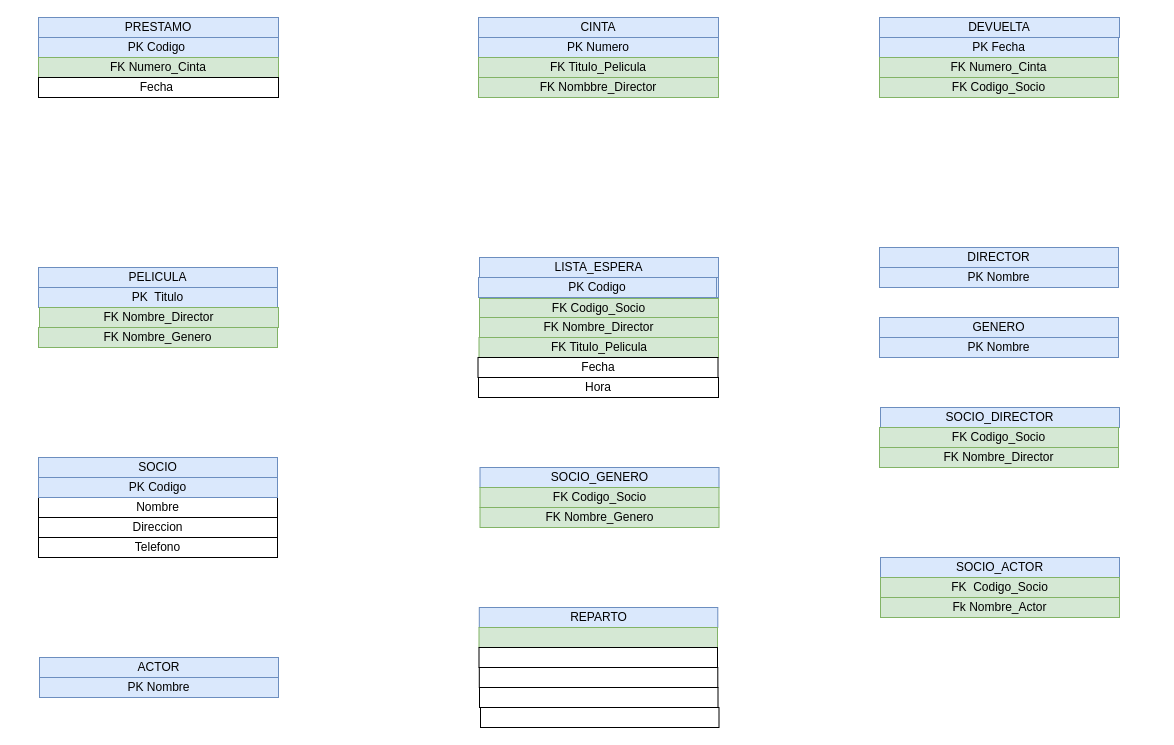
Earlier version of the draw.io diagram Diagrama sin título.drawio (Nico1091/Bases-de-datos). Source tidied: cells renumbered, new cells numbered last; positions are measured from the earlier drawing's top-left corner, leaving out a move shared by most shapes. Both pictures are drawn from the tidied source at 100%, with x=0, y=0 at pixel (38, 17).
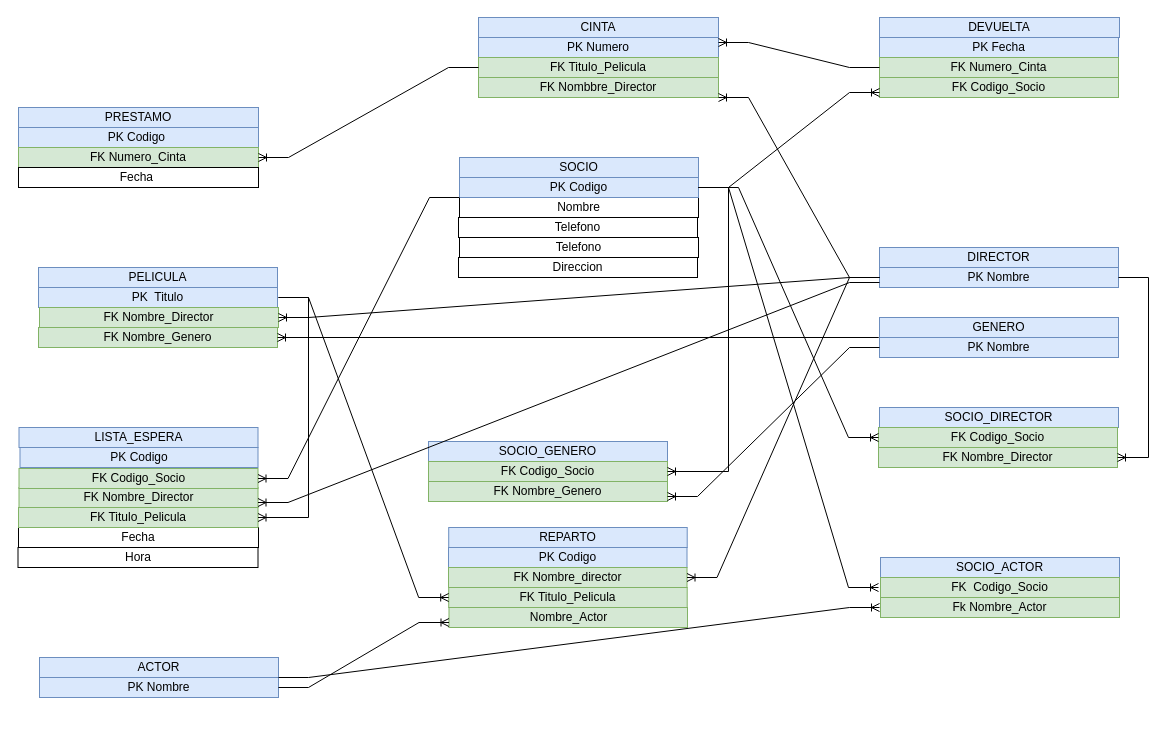
After the change.

Commit message:
Finalizacion Actividad

Unchanged cells that the change refers to:
```xml
<mxCell id="7" value="PK Numero" style="rounded=0;whiteSpace=wrap;html=1;fillColor=#dae8fc;strokeColor=#6c8ebf;" parent="1" vertex="1">
  <mxGeometry x="440" y="20" width="240" height="20" as="geometry" />
</mxCell>
<mxCell id="8" value="FK Titulo_Pelicula" style="rounded=0;whiteSpace=wrap;html=1;fillColor=#d5e8d4;strokeColor=#82b366;" parent="1" vertex="1">
  <mxGeometry x="440" y="40" width="240" height="20" as="geometry" />
</mxCell>
<mxCell id="9" value="FK Nombbre_Director" style="rounded=0;whiteSpace=wrap;html=1;fillColor=#d5e8d4;strokeColor=#82b366;" parent="1" vertex="1">
  <mxGeometry x="440" y="60" width="240" height="20" as="geometry" />
</mxCell>
<mxCell id="12" value="FK Numero_Cinta" style="rounded=0;whiteSpace=wrap;html=1;fillColor=#d5e8d4;strokeColor=#82b366;" parent="1" vertex="1">
  <mxGeometry x="841" y="40" width="239" height="20" as="geometry" />
</mxCell>
<mxCell id="13" value="FK Codigo_Socio" style="rounded=0;whiteSpace=wrap;html=1;fillColor=#d5e8d4;strokeColor=#82b366;" parent="1" vertex="1">
  <mxGeometry x="841" y="60" width="239" height="20" as="geometry" />
</mxCell>
<mxCell id="16" value="FK Nombre_Genero" style="rounded=0;whiteSpace=wrap;html=1;fillColor=#d5e8d4;strokeColor=#82b366;" parent="1" vertex="1">
  <mxGeometry y="310" width="239" height="20" as="geometry" />
</mxCell>
<mxCell id="17" value="FK Nombre_Director" style="rounded=0;whiteSpace=wrap;html=1;fillColor=#d5e8d4;strokeColor=#82b366;" parent="1" vertex="1">
  <mxGeometry x="1" y="290" width="239" height="20" as="geometry" />
</mxCell>
<mxCell id="27" value="PK Nombre" style="rounded=0;whiteSpace=wrap;html=1;fillColor=#dae8fc;strokeColor=#6c8ebf;" parent="1" vertex="1">
  <mxGeometry x="841" y="250" width="239" height="20" as="geometry" />
</mxCell>
<mxCell id="32" value="PK Nombre" style="rounded=0;whiteSpace=wrap;html=1;fillColor=#dae8fc;strokeColor=#6c8ebf;" parent="1" vertex="1">
  <mxGeometry x="841" y="320" width="239" height="20" as="geometry" />
</mxCell>
<mxCell id="44" value="PK Nombre" style="rounded=0;whiteSpace=wrap;html=1;fillColor=#dae8fc;strokeColor=#6c8ebf;" parent="1" vertex="1">
  <mxGeometry x="1" y="660" width="239" height="20" as="geometry" />
</mxCell>
```

The edit, as a diff of the source:
```diff
@@
     <mxCell id="2" value="PRESTAMO" style="rounded=0;whiteSpace=wrap;html=1;fillColor=#dae8fc;strokeColor=#6c8ebf;" parent="1" vertex="1">
-      <mxGeometry width="240" height="20" as="geometry" />
+      <mxGeometry x="-20" y="90" width="240" height="20" as="geometry" />
     </mxCell>
     <mxCell id="3" value="PK Codigo&amp;nbsp;" style="rounded=0;whiteSpace=wrap;html=1;fillColor=#dae8fc;strokeColor=#6c8ebf;" parent="1" vertex="1">
-      <mxGeometry y="20" width="240" height="20" as="geometry" />
+      <mxGeometry x="-20" y="110" width="240" height="20" as="geometry" />
     </mxCell>
     <mxCell id="4" value="FK Numero_Cinta" style="rounded=0;whiteSpace=wrap;html=1;fillColor=#d5e8d4;strokeColor=#82b366;" parent="1" vertex="1">
-      <mxGeometry y="40" width="240" height="20" as="geometry" />
+      <mxGeometry x="-20" y="130" width="240" height="20" as="geometry" />
     </mxCell>
     <mxCell id="5" value="Fecha&amp;nbsp;" style="rounded=0;whiteSpace=wrap;html=1;" parent="1" vertex="1">
-      <mxGeometry y="60" width="240" height="20" as="geometry" />
+      <mxGeometry x="-20" y="150" width="240" height="20" as="geometry" />
     </mxCell>
@@
-    <mxCell id="18" style="rounded=0;whiteSpace=wrap;html=1;fillColor=#dae8fc;strokeColor=#6c8ebf;" parent="1" vertex="1">
-      <mxGeometry x="441" y="240" width="239" height="20" as="geometry" />
-    </mxCell>
-    <mxCell id="19" style="rounded=0;whiteSpace=wrap;html=1;fillColor=#d5e8d4;strokeColor=#82b366;" parent="1" vertex="1">
-      <mxGeometry x="441" y="280" width="239" height="20" as="geometry" />
-    </mxCell>
-    <mxCell id="20" style="rounded=0;whiteSpace=wrap;html=1;fillColor=#dae8fc;strokeColor=#6c8ebf;" parent="1" vertex="1">
-      <mxGeometry x="441" y="260" width="239" height="20" as="geometry" />
-    </mxCell>
-    <mxCell id="21" style="rounded=0;whiteSpace=wrap;html=1;" parent="1" vertex="1">
-      <mxGeometry x="441" y="300" width="239" height="20" as="geometry" />
-    </mxCell>
-    <mxCell id="22" value="LISTA_ESPERA" style="rounded=0;whiteSpace=wrap;html=1;fillColor=#dae8fc;strokeColor=#6c8ebf;" parent="1" vertex="1">
-      <mxGeometry x="441" y="240" width="239" height="20" as="geometry" />
-    </mxCell>
-    <mxCell id="23" value="FK Codigo_Socio" style="rounded=0;whiteSpace=wrap;html=1;fillColor=#d5e8d4;strokeColor=#82b366;" parent="1" vertex="1">
-      <mxGeometry x="441" y="281" width="239" height="20" as="geometry" />
-    </mxCell>
-    <mxCell id="24" value="PK Codigo" style="rounded=0;whiteSpace=wrap;html=1;fillColor=#dae8fc;strokeColor=#6c8ebf;" parent="1" vertex="1">
-      <mxGeometry x="440" y="260" width="238" height="20" as="geometry" />
-    </mxCell>
-    <mxCell id="25" value="FK Nombre_Director" style="rounded=0;whiteSpace=wrap;html=1;fillColor=#d5e8d4;strokeColor=#82b366;" parent="1" vertex="1">
-      <mxGeometry x="441" y="300" width="239" height="20" as="geometry" />
-    </mxCell>
@@
-    <mxCell id="28" value="FK Titulo_Pelicula" style="rounded=0;whiteSpace=wrap;html=1;fillColor=#d5e8d4;strokeColor=#82b366;" parent="1" vertex="1">
-      <mxGeometry x="440.5" y="320" width="239.5" height="20" as="geometry" />
-    </mxCell>
-    <mxCell id="29" value="Fecha" style="rounded=0;whiteSpace=wrap;html=1;" parent="1" vertex="1">
-      <mxGeometry x="439.5" y="340" width="240" height="20" as="geometry" />
-    </mxCell>
-    <mxCell id="30" value="Hora" style="rounded=0;whiteSpace=wrap;html=1;" parent="1" vertex="1">
-      <mxGeometry x="440" y="360" width="240" height="20" as="geometry" />
-    </mxCell>
@@
     <mxCell id="33" value="SOCIO" style="rounded=0;whiteSpace=wrap;html=1;fillColor=#dae8fc;strokeColor=#6c8ebf;" parent="1" vertex="1">
-      <mxGeometry y="440" width="239" height="20" as="geometry" />
+      <mxGeometry x="421" y="140" width="239" height="20" as="geometry" />
     </mxCell>
     <mxCell id="34" value="Nombre" style="rounded=0;whiteSpace=wrap;html=1;" parent="1" vertex="1">
-      <mxGeometry y="480" width="239" height="20" as="geometry" />
+      <mxGeometry x="421" y="180" width="239" height="20" as="geometry" />
     </mxCell>
     <mxCell id="35" value="PK Codigo" style="rounded=0;whiteSpace=wrap;html=1;fillColor=#dae8fc;strokeColor=#6c8ebf;" parent="1" vertex="1">
-      <mxGeometry y="460" width="239" height="20" as="geometry" />
+      <mxGeometry x="421" y="160" width="239" height="20" as="geometry" />
     </mxCell>
     <mxCell id="36" value="Direccion" style="rounded=0;whiteSpace=wrap;html=1;" parent="1" vertex="1">
-      <mxGeometry y="500" width="239" height="20" as="geometry" />
+      <mxGeometry x="420" y="240" width="239" height="20" as="geometry" />
     </mxCell>
     <mxCell id="37" value="SOCIO_GENERO" style="rounded=0;whiteSpace=wrap;html=1;fillColor=#dae8fc;strokeColor=#6c8ebf;" parent="1" vertex="1">
-      <mxGeometry x="441.5" y="450" width="239" height="20" as="geometry" />
+      <mxGeometry x="390" y="424" width="239" height="20" as="geometry" />
     </mxCell>
     <mxCell id="38" value="FK Nombre_Genero" style="rounded=0;whiteSpace=wrap;html=1;fillColor=#d5e8d4;strokeColor=#82b366;" parent="1" vertex="1">
-      <mxGeometry x="441.5" y="490" width="239" height="20" as="geometry" />
+      <mxGeometry x="390" y="464" width="239" height="20" as="geometry" />
     </mxCell>
     <mxCell id="39" value="FK Codigo_Socio" style="rounded=0;whiteSpace=wrap;html=1;fillColor=#d5e8d4;strokeColor=#82b366;" parent="1" vertex="1">
-      <mxGeometry x="441.5" y="470" width="239" height="20" as="geometry" />
+      <mxGeometry x="390" y="444" width="239" height="20" as="geometry" />
     </mxCell>
     <mxCell id="40" value="SOCIO_DIRECTOR" style="rounded=0;whiteSpace=wrap;html=1;fillColor=#dae8fc;strokeColor=#6c8ebf;" parent="1" vertex="1">
-      <mxGeometry x="842" y="390" width="239" height="20" as="geometry" />
+      <mxGeometry x="841" y="390" width="239" height="20" as="geometry" />
     </mxCell>
     <mxCell id="41" value="FK Nombre_Director" style="rounded=0;whiteSpace=wrap;html=1;fillColor=#d5e8d4;strokeColor=#82b366;" parent="1" vertex="1">
-      <mxGeometry x="841" y="430" width="239" height="20" as="geometry" />
+      <mxGeometry x="840" y="430" width="239" height="20" as="geometry" />
     </mxCell>
     <mxCell id="42" value="FK Codigo_Socio" style="rounded=0;whiteSpace=wrap;html=1;fillColor=#d5e8d4;strokeColor=#82b366;" parent="1" vertex="1">
-      <mxGeometry x="841" y="410" width="239" height="20" as="geometry" />
+      <mxGeometry x="840" y="410" width="239" height="20" as="geometry" />
     </mxCell>
@@
     <mxCell id="48" value="Telefono" style="rounded=0;whiteSpace=wrap;html=1;" parent="1" vertex="1">
-      <mxGeometry y="520" width="239" height="20" as="geometry" />
+      <mxGeometry x="421" y="220" width="239" height="20" as="geometry" />
     </mxCell>
     <mxCell id="49" value="REPARTO" style="rounded=0;whiteSpace=wrap;html=1;fillColor=#dae8fc;strokeColor=#6c8ebf;" parent="1" vertex="1">
-      <mxGeometry x="440.8" y="590" width="238.5" height="20" as="geometry" />
+      <mxGeometry x="410.2" y="510" width="238.5" height="20" as="geometry" />
     </mxCell>
-    <mxCell id="50" style="rounded=0;whiteSpace=wrap;html=1;fillColor=#d5e8d4;strokeColor=#82b366;" parent="1" vertex="1">
-      <mxGeometry x="440.5" y="610" width="238.5" height="20" as="geometry" />
+    <mxCell id="50" value="PK Codigo" style="rounded=0;whiteSpace=wrap;html=1;fillColor=#dae8fc;strokeColor=#6c8ebf;" parent="1" vertex="1">
+      <mxGeometry x="410" y="530" width="238.5" height="20" as="geometry" />
     </mxCell>
-    <mxCell id="51" style="rounded=0;whiteSpace=wrap;html=1;" parent="1" vertex="1">
-      <mxGeometry x="440.5" y="630" width="238.5" height="20" as="geometry" />
+    <mxCell id="51" value="FK Nombre_director" style="rounded=0;whiteSpace=wrap;html=1;fillColor=#d5e8d4;strokeColor=#82b366;" parent="1" vertex="1">
+      <mxGeometry x="410" y="550" width="238.5" height="20" as="geometry" />
     </mxCell>
-    <mxCell id="52" style="rounded=0;whiteSpace=wrap;html=1;" parent="1" vertex="1">
-      <mxGeometry x="441" y="670" width="238.5" height="20" as="geometry" />
+    <mxCell id="52" value="Nombre_Actor" style="rounded=0;whiteSpace=wrap;html=1;fillColor=#d5e8d4;strokeColor=#82b366;" parent="1" vertex="1">
+      <mxGeometry x="410.5" y="590" width="238.5" height="20" as="geometry" />
     </mxCell>
-    <mxCell id="53" style="rounded=0;whiteSpace=wrap;html=1;" parent="1" vertex="1">
-      <mxGeometry x="440.8" y="650" width="238.5" height="20" as="geometry" />
+    <mxCell id="53" value="FK Titulo_Pelicula" style="rounded=0;whiteSpace=wrap;html=1;fillColor=#d5e8d4;strokeColor=#82b366;" parent="1" vertex="1">
+      <mxGeometry x="410.2" y="570" width="238.5" height="20" as="geometry" />
     </mxCell>
-    <mxCell id="54" style="rounded=0;whiteSpace=wrap;html=1;" parent="1" vertex="1">
-      <mxGeometry x="442" y="690" width="238.5" height="20" as="geometry" />
-    </mxCell>
+    <mxCell id="55" style="edgeStyle=entityRelationEdgeStyle;fontSize=12;html=1;endArrow=ERoneToMany;rounded=0;entryX=1;entryY=1;entryDx=0;entryDy=0;exitX=0;exitY=0.5;exitDx=0;exitDy=0;" parent="1" edge="1" source="27" target="9">
+      <mxGeometry relative="1" as="geometry">
+        <Array as="points">
+          <mxPoint x="732" y="207.5" />
+        </Array>
+      </mxGeometry>
+    </mxCell>
+    <mxCell id="56" style="edgeStyle=entityRelationEdgeStyle;fontSize=12;html=1;endArrow=ERoneToMany;rounded=0;entryX=1;entryY=0.25;entryDx=0;entryDy=0;" parent="1" edge="1" source="12" target="7">
+      <mxGeometry relative="1" as="geometry">
+        <Array as="points">
+          <mxPoint x="830" y="70" />
+          <mxPoint x="820" y="40" />
+          <mxPoint x="850" y="60" />
+          <mxPoint x="742" y="40" />
+        </Array>
+      </mxGeometry>
+    </mxCell>
+    <mxCell id="57" style="edgeStyle=entityRelationEdgeStyle;fontSize=12;html=1;endArrow=ERoneToMany;rounded=0;exitX=1;exitY=0.5;exitDx=0;exitDy=0;entryX=0;entryY=0.75;entryDx=0;entryDy=0;" parent="1" edge="1" source="35" target="13">
+      <mxGeometry relative="1" as="geometry">
+        <Array as="points">
+          <mxPoint x="1240" y="90" />
+          <mxPoint x="1922" y="-157.5" />
+          <mxPoint x="1932" y="-100" />
+          <mxPoint x="902" y="380" />
+          <mxPoint x="911" y="380" />
+          <mxPoint x="1862" y="-97.5" />
+          <mxPoint x="1563" y="-167" />
+          <mxPoint x="1903" y="-167.5" />
+          <mxPoint x="1422" y="110" />
+          <mxPoint x="1452" y="112.5" />
+          <mxPoint x="1863" y="10" />
+          <mxPoint x="1843" y="-87.5" />
+          <mxPoint x="1847" y="-150" />
+          <mxPoint x="1773" y="-85" />
+          <mxPoint x="953" y="240" />
+          <mxPoint x="1253" y="232.5" />
+          <mxPoint x="1847" y="-150" />
+          <mxPoint x="1744" y="-164" />
+        </Array>
+      </mxGeometry>
+    </mxCell>
+    <mxCell id="30" value="Hora" style="rounded=0;whiteSpace=wrap;html=1;" parent="1" vertex="1">
+      <mxGeometry x="-20.5" y="530" width="240" height="20" as="geometry" />
+    </mxCell>
+    <mxCell id="29" value="Fecha" style="rounded=0;whiteSpace=wrap;html=1;" parent="1" vertex="1">
+      <mxGeometry x="-20" y="510" width="240" height="20" as="geometry" />
+    </mxCell>
+    <mxCell id="28" value="FK Titulo_Pelicula" style="rounded=0;whiteSpace=wrap;html=1;fillColor=#d5e8d4;strokeColor=#82b366;" parent="1" vertex="1">
+      <mxGeometry x="-20" y="490" width="239.5" height="20" as="geometry" />
+    </mxCell>
+    <mxCell id="25" value="FK Nombre_Director" style="rounded=0;whiteSpace=wrap;html=1;fillColor=#d5e8d4;strokeColor=#82b366;" parent="1" vertex="1">
+      <mxGeometry x="-19.5" y="470" width="239" height="20" as="geometry" />
+    </mxCell>
+    <mxCell id="23" value="FK Codigo_Socio" style="rounded=0;whiteSpace=wrap;html=1;fillColor=#d5e8d4;strokeColor=#82b366;" parent="1" vertex="1">
+      <mxGeometry x="-19.5" y="451" width="239" height="20" as="geometry" />
+    </mxCell>
+    <mxCell id="24" value="PK Codigo" style="rounded=0;whiteSpace=wrap;html=1;fillColor=#dae8fc;strokeColor=#6c8ebf;" parent="1" vertex="1">
+      <mxGeometry x="-18.5" y="430" width="238" height="20" as="geometry" />
+    </mxCell>
+    <mxCell id="22" value="LISTA_ESPERA" style="rounded=0;whiteSpace=wrap;html=1;fillColor=#dae8fc;strokeColor=#6c8ebf;" parent="1" vertex="1">
+      <mxGeometry x="-19.5" y="410" width="239" height="20" as="geometry" />
+    </mxCell>
+    <mxCell id="58" value="Telefono" style="rounded=0;whiteSpace=wrap;html=1;" parent="1" vertex="1">
+      <mxGeometry x="420" y="200" width="239" height="20" as="geometry" />
+    </mxCell>
+    <mxCell id="59" style="edgeStyle=entityRelationEdgeStyle;fontSize=12;html=1;endArrow=ERoneToMany;rounded=0;entryX=1;entryY=0.5;entryDx=0;entryDy=0;" parent="1" edge="1" target="16">
+      <mxGeometry relative="1" as="geometry">
+        <mxPoint x="810" y="320" as="sourcePoint" />
+        <Array as="points">
+          <mxPoint x="830" y="320" />
+          <mxPoint x="711" y="265" />
+          <mxPoint x="-59" y="365" />
+          <mxPoint x="231" y="355" />
+          <mxPoint x="-49" y="405" />
+          <mxPoint x="-179" y="375" />
+          <mxPoint x="-139" y="365" />
+        </Array>
+      </mxGeometry>
+    </mxCell>
+    <mxCell id="60" style="edgeStyle=entityRelationEdgeStyle;fontSize=12;html=1;endArrow=ERoneToMany;rounded=0;entryX=1;entryY=0.75;entryDx=0;entryDy=0;exitX=0;exitY=0.5;exitDx=0;exitDy=0;" parent="1" edge="1" source="32" target="38">
+      <mxGeometry relative="1" as="geometry">
+        <Array as="points">
+          <mxPoint x="968" y="395" />
+        </Array>
+      </mxGeometry>
+    </mxCell>
+    <mxCell id="61" style="edgeStyle=entityRelationEdgeStyle;fontSize=12;html=1;endArrow=ERoneToMany;rounded=0;entryX=1;entryY=0.5;entryDx=0;entryDy=0;" parent="1" edge="1" source="35" target="39">
+      <mxGeometry relative="1" as="geometry">
+        <Array as="points">
+          <mxPoint x="350" y="185" />
+          <mxPoint x="320" y="265" />
+          <mxPoint x="240" y="235" />
+        </Array>
+      </mxGeometry>
+    </mxCell>
+    <mxCell id="62" style="edgeStyle=entityRelationEdgeStyle;fontSize=12;html=1;endArrow=ERoneToMany;rounded=0;entryX=1;entryY=0.5;entryDx=0;entryDy=0;exitX=0;exitY=0.5;exitDx=0;exitDy=0;" parent="1" edge="1" source="27" target="17">
+      <mxGeometry relative="1" as="geometry">
+        <Array as="points">
+          <mxPoint x="800" y="269" />
+          <mxPoint x="250" y="-110" />
+        </Array>
+      </mxGeometry>
+    </mxCell>
+    <mxCell id="63" style="edgeStyle=entityRelationEdgeStyle;fontSize=12;html=1;endArrow=ERoneToMany;rounded=0;entryX=1;entryY=0.5;entryDx=0;entryDy=0;exitX=0;exitY=0.5;exitDx=0;exitDy=0;" parent="1" edge="1" source="8" target="4">
+      <mxGeometry relative="1" as="geometry">
+        <Array as="points">
+          <mxPoint x="360" y="95" />
+        </Array>
+      </mxGeometry>
+    </mxCell>
+    <mxCell id="64" style="edgeStyle=entityRelationEdgeStyle;fontSize=12;html=1;endArrow=ERoneToMany;rounded=0;" parent="1" edge="1">
+      <mxGeometry relative="1" as="geometry">
+        <mxPoint x="670" y="170" as="sourcePoint" />
+        <mxPoint x="840" y="420" as="targetPoint" />
+      </mxGeometry>
+    </mxCell>
+    <mxCell id="65" style="edgeStyle=entityRelationEdgeStyle;fontSize=12;html=1;endArrow=ERoneToMany;rounded=0;exitX=0;exitY=1;exitDx=0;exitDy=0;" parent="1" edge="1" source="35" target="23">
+      <mxGeometry relative="1" as="geometry" />
+    </mxCell>
+    <mxCell id="66" style="edgeStyle=entityRelationEdgeStyle;fontSize=12;html=1;endArrow=ERoneToMany;rounded=0;entryX=1;entryY=0.5;entryDx=0;entryDy=0;" parent="1" edge="1" target="28">
+      <mxGeometry relative="1" as="geometry">
+        <mxPoint x="240" y="280" as="sourcePoint" />
+      </mxGeometry>
+    </mxCell>
+    <mxCell id="67" style="edgeStyle=entityRelationEdgeStyle;fontSize=12;html=1;endArrow=ERoneToMany;rounded=0;entryX=1;entryY=0.75;entryDx=0;entryDy=0;exitX=0;exitY=0.75;exitDx=0;exitDy=0;" parent="1" edge="1" source="27" target="25">
+      <mxGeometry relative="1" as="geometry" />
+    </mxCell>
+    <mxCell id="68" style="edgeStyle=entityRelationEdgeStyle;fontSize=12;html=1;endArrow=ERoneToMany;rounded=0;entryX=1;entryY=0.5;entryDx=0;entryDy=0;" parent="1" edge="1" target="41">
+      <mxGeometry relative="1" as="geometry">
+        <mxPoint x="1080" y="260" as="sourcePoint" />
+      </mxGeometry>
+    </mxCell>
+    <mxCell id="69" style="edgeStyle=entityRelationEdgeStyle;fontSize=12;html=1;endArrow=ERoneToMany;rounded=0;exitX=0;exitY=0.5;exitDx=0;exitDy=0;" parent="1" edge="1" source="27" target="51">
+      <mxGeometry relative="1" as="geometry">
+        <Array as="points">
+          <mxPoint x="660" y="520" />
+        </Array>
+      </mxGeometry>
+    </mxCell>
+    <mxCell id="70" style="edgeStyle=entityRelationEdgeStyle;fontSize=12;html=1;endArrow=ERoneToMany;rounded=0;entryX=0;entryY=0.75;entryDx=0;entryDy=0;" parent="1" edge="1" target="52">
+      <mxGeometry relative="1" as="geometry">
+        <mxPoint x="240" y="670" as="sourcePoint" />
+      </mxGeometry>
+    </mxCell>
+    <mxCell id="71" style="edgeStyle=entityRelationEdgeStyle;fontSize=12;html=1;endArrow=ERoneToMany;rounded=0;entryX=0;entryY=0.5;entryDx=0;entryDy=0;" parent="1" edge="1" target="53">
+      <mxGeometry relative="1" as="geometry">
+        <mxPoint x="240" y="280" as="sourcePoint" />
+      </mxGeometry>
+    </mxCell>
+    <mxCell id="72" style="edgeStyle=entityRelationEdgeStyle;fontSize=12;html=1;endArrow=ERoneToMany;rounded=0;exitX=1;exitY=0.5;exitDx=0;exitDy=0;" parent="1" edge="1" source="35">
+      <mxGeometry relative="1" as="geometry">
+        <mxPoint x="840" y="570" as="targetPoint" />
+      </mxGeometry>
+    </mxCell>
+    <mxCell id="73" style="edgeStyle=entityRelationEdgeStyle;fontSize=12;html=1;endArrow=ERoneToMany;rounded=0;exitX=1;exitY=0;exitDx=0;exitDy=0;" parent="1" edge="1" source="44">
+      <mxGeometry relative="1" as="geometry">
+        <mxPoint x="841" y="590" as="targetPoint" />
+      </mxGeometry>
+    </mxCell>
```
